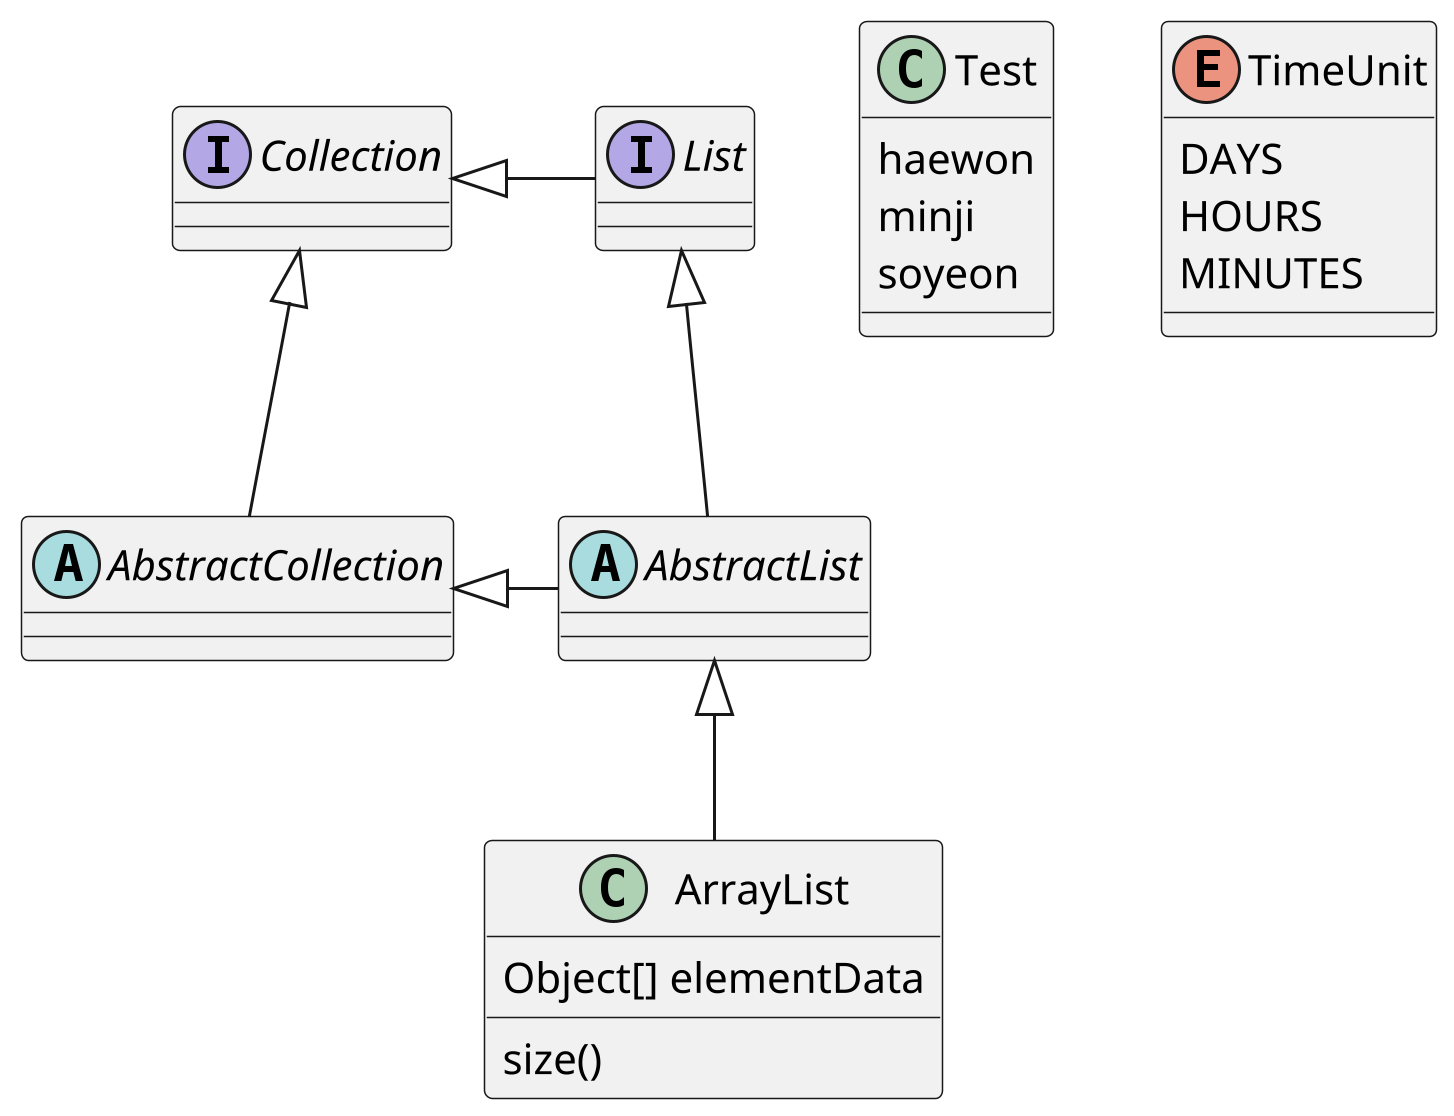
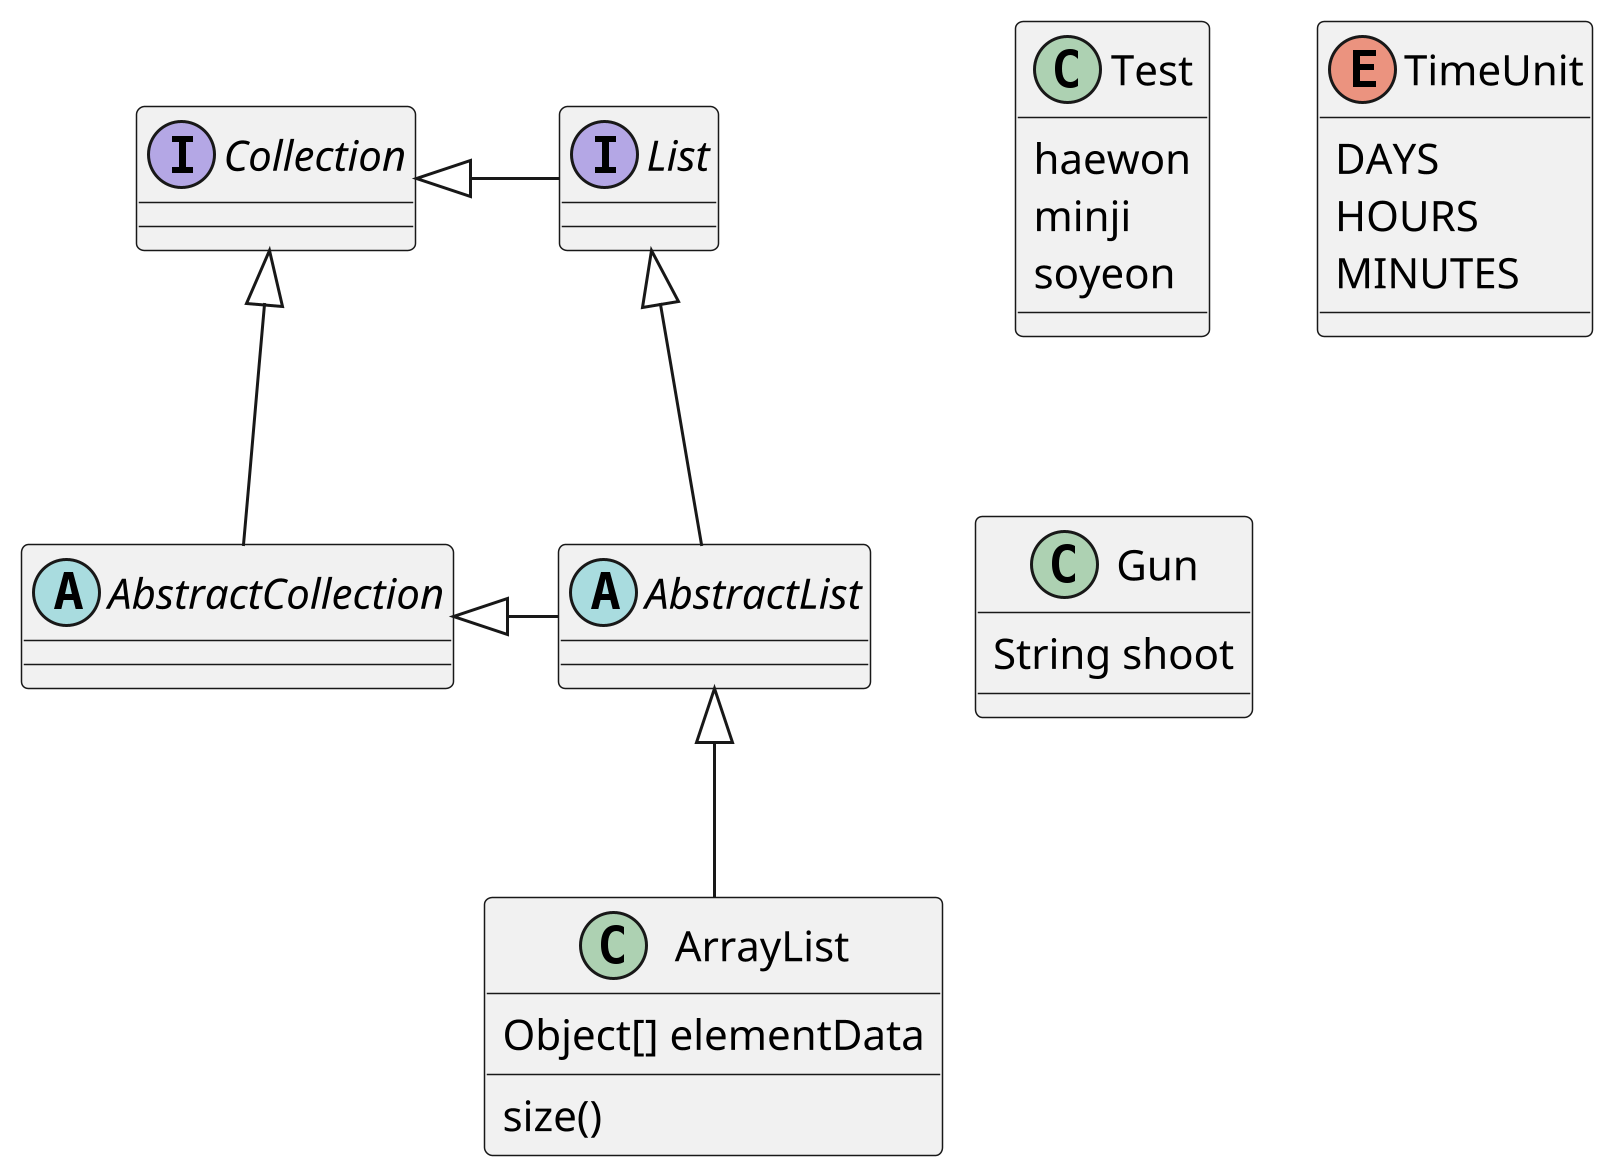
@startuml
'https://plantuml.com/class-diagram

scale 3
abstract class AbstractList
abstract AbstractCollection
interface List
interface Collection

List <|-- AbstractList
Collection <|-- AbstractCollection

Collection <|- List
AbstractCollection <|- AbstractList
AbstractList <|-- ArrayList

class Test {
    haewon
    minji
    soyeon
}

class ArrayList {
Object[] elementData
size()
}

enum TimeUnit {
DAYS
HOURS
MINUTES
}

+ 
+ 
+ class Gun {
+ String shoot
+ }
+ 
@enduml